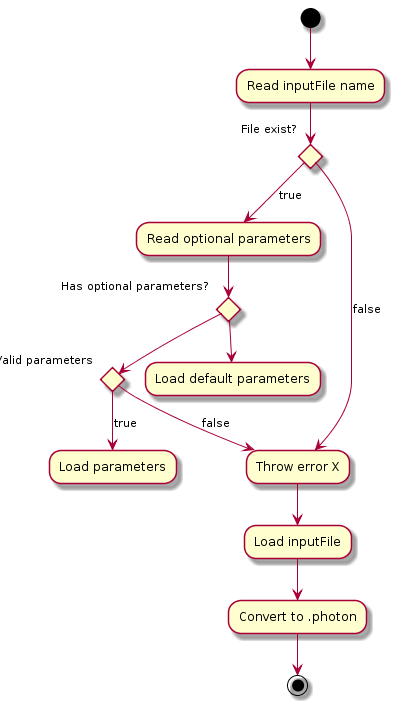
Before: activityDiagram.png, a diagram exported from PlantUML (Reonarudo/pcb2photon).
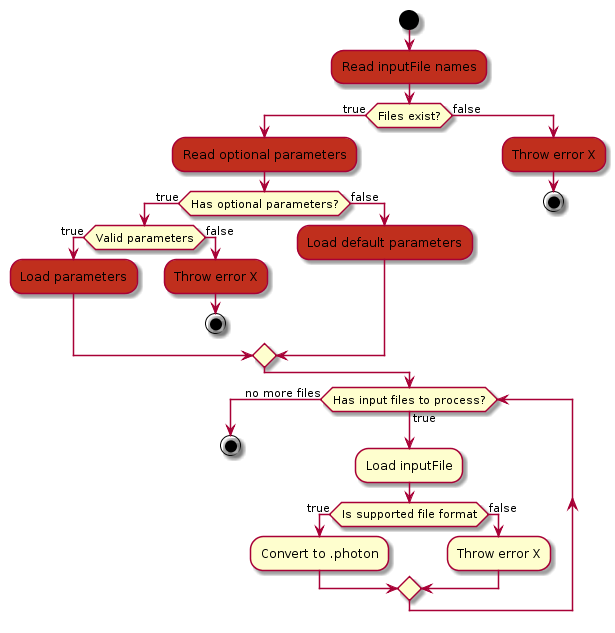
After the change.

The edit, as a diff of the source:
```diff
@@ -1,20 +1,30 @@
 @startuml
-(*)-->"Read inputFile name"
-if "File exist?" then
-    -->[true] "Read optional parameters"
-    if "Has optional parameters?" then
-        if "Valid parameters" then
-            -->[true] "Load parameters"
-        else
-            -->[false] "Throw error X"
+start
+
+#C02F1D:Read inputFile names;
+if (Files exist?) then (true)
+    #C02F1D:Read optional parameters;
+    if (Has optional parameters?) then (true)
+        if (Valid parameters) then (true)
+            #C02F1D:Load parameters;
+        else (false)
+            #C02F1D:Throw error X;
+            stop
         endif
-    else
-        -->"Load default parameters"
+    else (false)
+        #C02F1D:Load default parameters;
     endif
-else
-    -->[false] "Throw error X"
+else (false)
+    #C02F1D:Throw error X;
+    stop
 endif
---> "Load inputFile"
---> "Convert to .photon"
--->(*)
+while (Has input files to process?) is (true)
+    :Load inputFile;
+    if (Is supported file format) then (true)
+        :Convert to .photon;
+    else (false)
+        :Throw error X;
+    endif
+endwhile (no more files)
+stop
 @enduml
```
